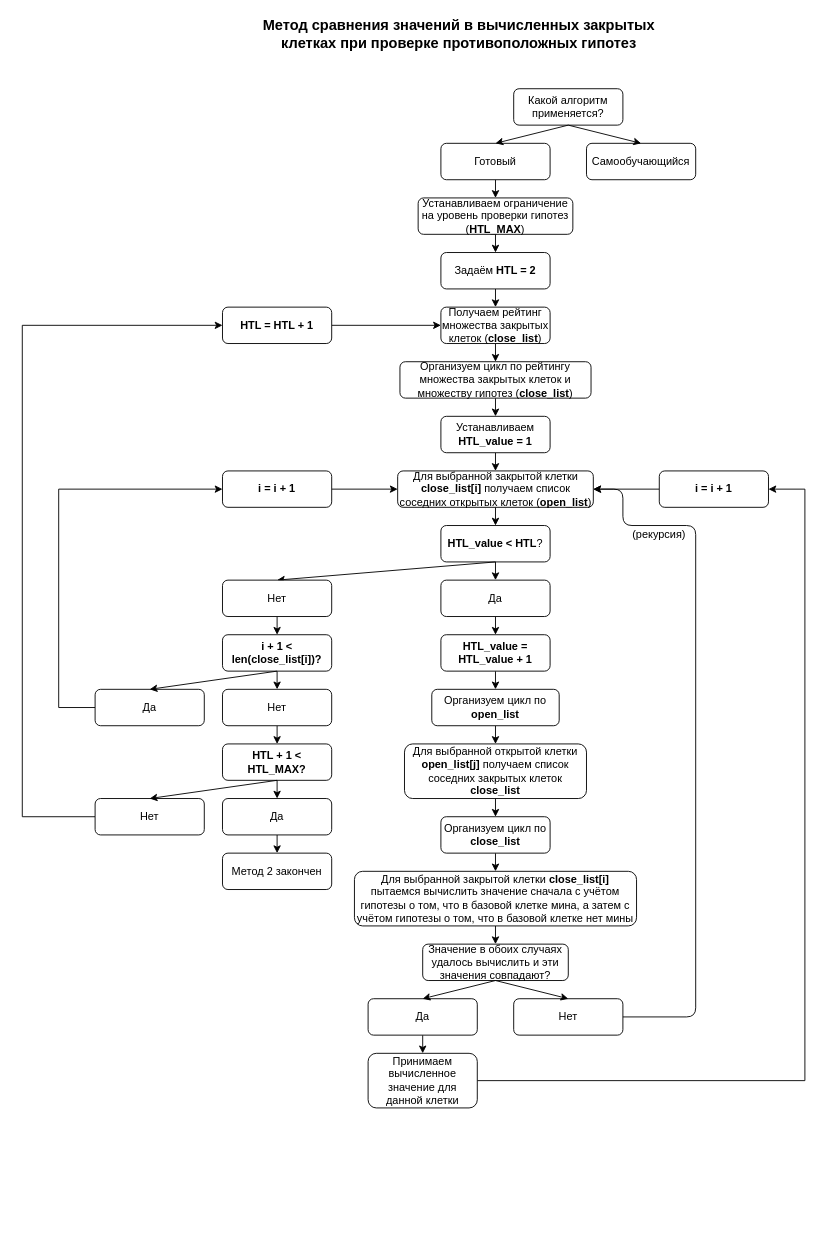
The draw.io diagram page "6) Обучение. Метод 2" (11 of 13) of docs/Сапёр. Описание работы.drawio in xex238/Diploma_2022, before the edit. Source tidied: cells renumbered, new cells numbered last; positions are measured from the earlier drawing's top-left corner, leaving out a move shared by most shapes. Both pictures are drawn from the tidied source at 91%, with x=0, y=0 at pixel (22, 15).
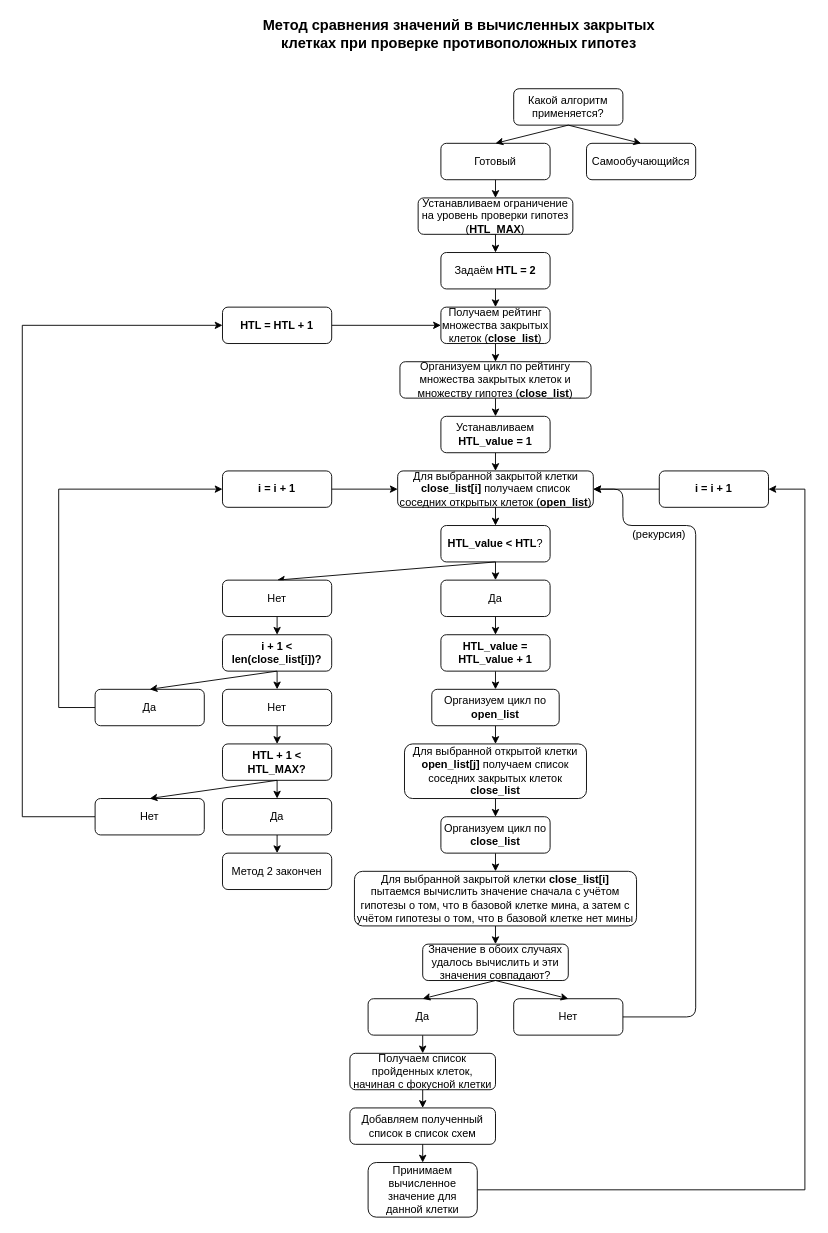
Above is the later version.

Unchanged cells that the change refers to:
```xml
<mxCell id="55" value="Да" style="rounded=1;whiteSpace=wrap;html=1;" parent="1" vertex="1">
  <mxGeometry x="380" y="1080" width="120" height="40" as="geometry" />
</mxCell>
<mxCell id="68" value="&lt;b&gt;i = i + 1&lt;/b&gt;" style="rounded=1;whiteSpace=wrap;html=1;" parent="1" vertex="1">
  <mxGeometry x="700" y="500" width="120" height="40" as="geometry" />
</mxCell>
```

Change to the diagram source:
```diff
@@
-    <mxCell id="54" style="edgeStyle=orthogonalEdgeStyle;rounded=0;jettySize=auto;html=1;exitX=0.5;exitY=1;exitDx=0;exitDy=0;entryX=0.5;entryY=0;entryDx=0;entryDy=0;" parent="1" edge="1" source="55" target="64">
+    <mxCell id="54" style="edgeStyle=orthogonalEdgeStyle;rounded=0;jettySize=auto;html=1;exitX=0.5;exitY=1;exitDx=0;exitDy=0;entryX=0.5;entryY=0;entryDx=0;entryDy=0;" parent="1" edge="1" source="55" target="69">
       <mxGeometry relative="1" as="geometry" />
     </mxCell>
@@
     <mxCell id="63" style="edgeStyle=orthogonalEdgeStyle;rounded=0;jettySize=auto;html=1;exitX=1;exitY=0.5;exitDx=0;exitDy=0;entryX=1;entryY=0.5;entryDx=0;entryDy=0;" parent="1" edge="1" source="64" target="68">
       <mxGeometry relative="1" as="geometry">
         <Array as="points">
-          <mxPoint x="860" y="1170" />
+          <mxPoint x="860" y="1290" />
           <mxPoint x="860" y="520" />
         </Array>
       </mxGeometry>
     </mxCell>
     <mxCell id="64" value="Принимаем вычисленное значение для данной клетки" style="rounded=1;whiteSpace=wrap;html=1;" parent="1" vertex="1">
-      <mxGeometry x="380" y="1140" width="120" height="60" as="geometry" />
+      <mxGeometry x="380" y="1260" width="120" height="60" as="geometry" />
     </mxCell>
@@
+    <mxCell id="69" value="Получаем список пройденных клеток, начиная с фокусной клетки" style="rounded=1;whiteSpace=wrap;html=1;" parent="1" vertex="1">
+      <mxGeometry x="360" y="1140" width="160" height="40" as="geometry" />
+    </mxCell>
+    <mxCell id="70" value="Добавляем полученный список в список схем" style="rounded=1;whiteSpace=wrap;html=1;" parent="1" vertex="1">
+      <mxGeometry x="360" y="1200" width="160" height="40" as="geometry" />
+    </mxCell>
+    <mxCell id="71" style="endArrow=classic;html=1;exitX=0.5;exitY=1;exitDx=0;exitDy=0;entryX=0.5;entryY=0;entryDx=0;entryDy=0;" parent="1" edge="1" source="69" target="70">
+      <mxGeometry relative="1" as="geometry" />
+    </mxCell>
+    <mxCell id="72" style="endArrow=classic;html=1;entryX=0.5;entryY=0;entryDx=0;entryDy=0;exitX=0.5;exitY=1;exitDx=0;exitDy=0;" parent="1" edge="1" source="70" target="64">
+      <mxGeometry relative="1" as="geometry" />
+    </mxCell>
```
